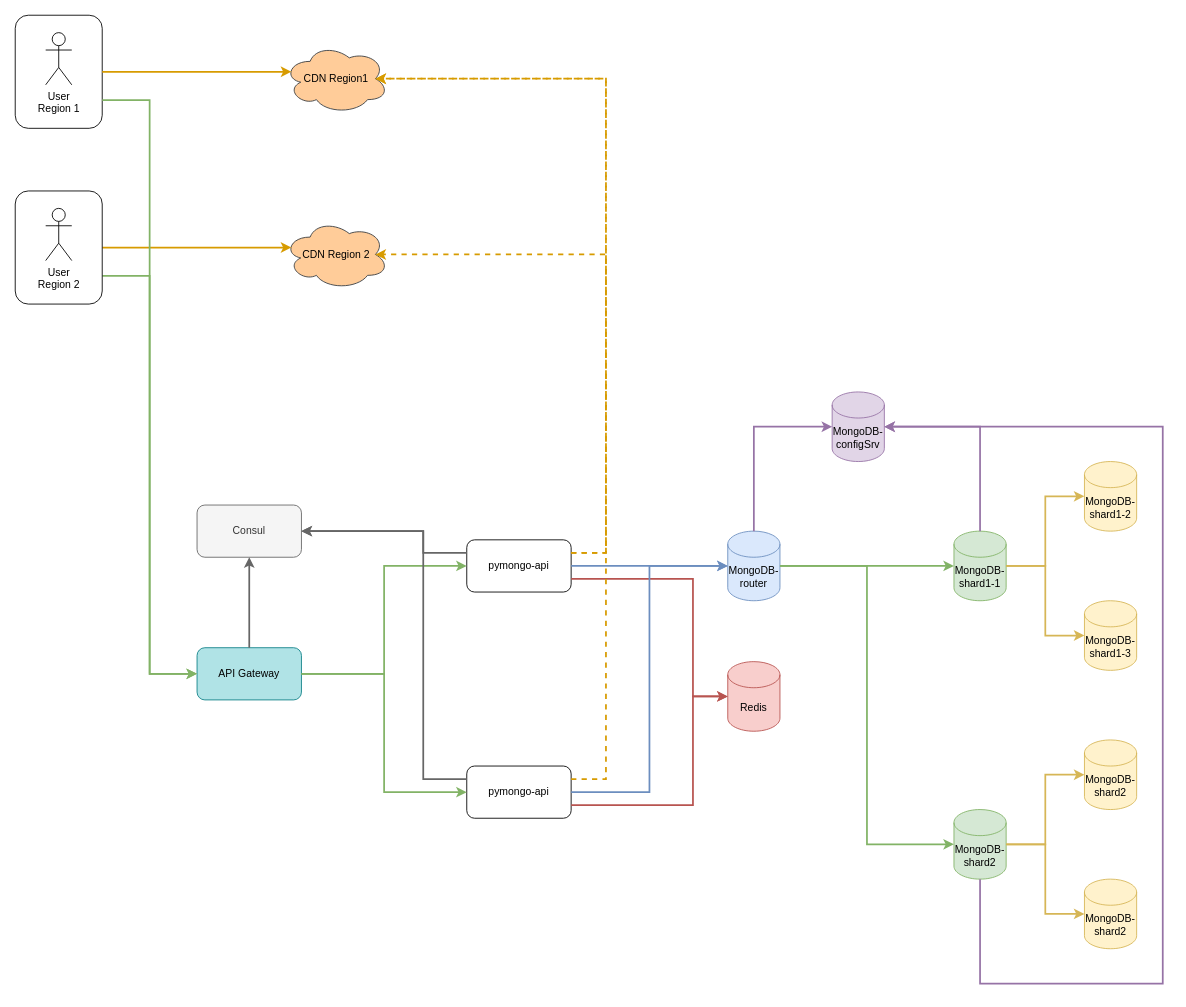
Earlier version of the draw.io diagram diagrams/task5.drawio (vgarmash/swa-21_architecture-pro-black_friday-sprint4). Source tidied: cells renumbered, new cells numbered last; positions are measured from the earlier drawing's top-left corner, leaving out a move shared by most shapes. Both pictures are drawn from the tidied source at 87%, with x=0, y=0 at pixel (15, 15).
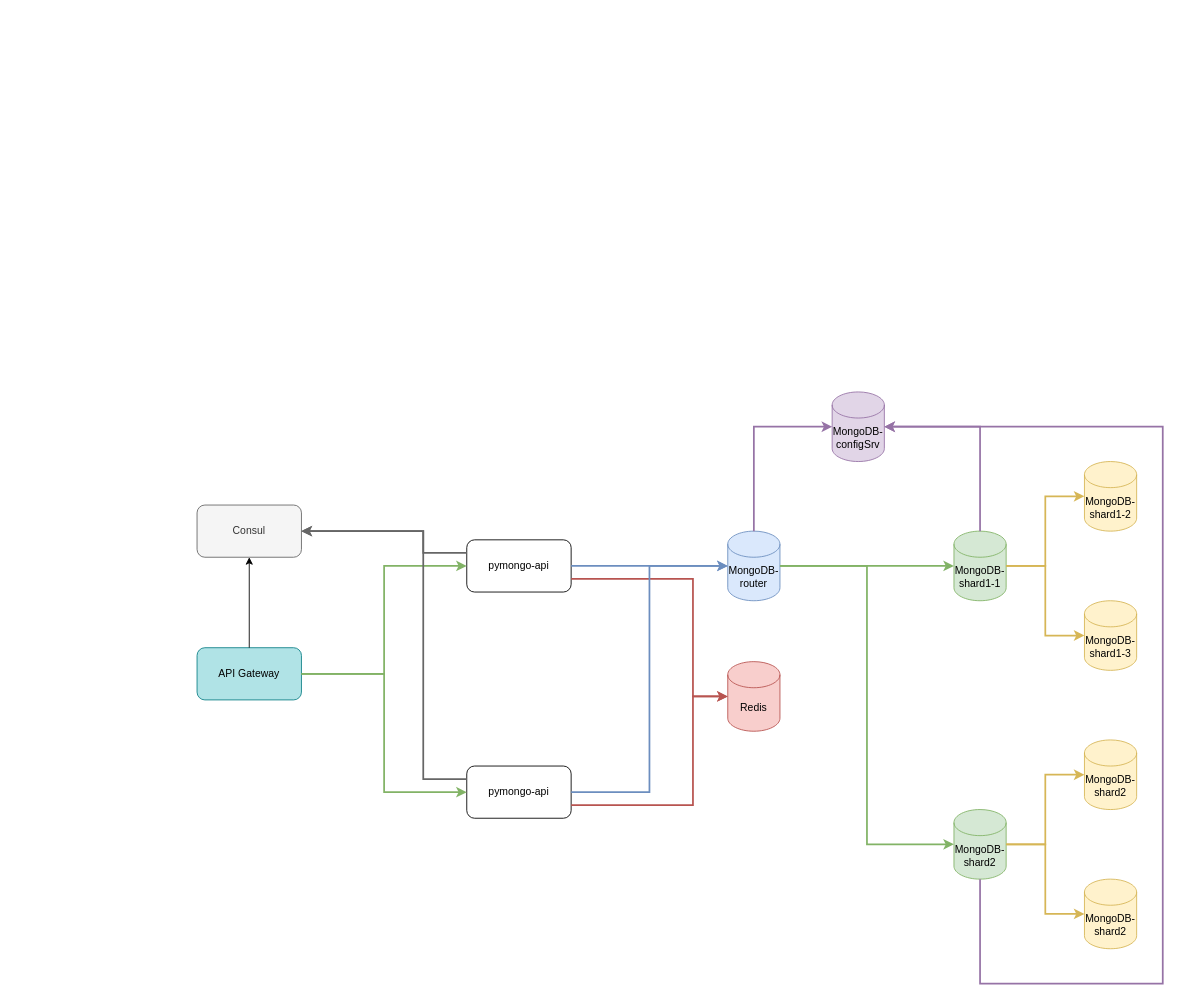
Above is the later version.

Unchanged cells that the change refers to:
```xml
<mxCell id="4" value="pymongo-api" style="rounded=1;whiteSpace=wrap;html=1;" parent="1" vertex="1">
  <mxGeometry x="519" y="603" width="120" height="60" as="geometry" />
</mxCell>
<mxCell id="24" value="API Gateway" style="rounded=1;whiteSpace=wrap;html=1;fillColor=#b0e3e6;strokeColor=#0e8088;" parent="1" vertex="1">
  <mxGeometry x="209" y="727" width="120" height="60" as="geometry" />
</mxCell>
<mxCell id="25" value="pymongo-api" style="rounded=1;whiteSpace=wrap;html=1;" parent="1" vertex="1">
  <mxGeometry x="519" y="863" width="120" height="60" as="geometry" />
</mxCell>
<mxCell id="27" value="Consul" style="rounded=1;whiteSpace=wrap;html=1;fillColor=#f5f5f5;fontColor=#333333;strokeColor=#666666;" parent="1" vertex="1">
  <mxGeometry x="209" y="563" width="120" height="60" as="geometry" />
</mxCell>
```

Change to the diagram source:
```diff
@@
-    <mxCell id="2" style="rounded=1;whiteSpace=wrap;html=1;" parent="1" vertex="1">
-      <mxGeometry width="100" height="130" as="geometry" />
-    </mxCell>
@@
-    <mxCell id="32" style="edgeStyle=orthogonalEdgeStyle;rounded=0;jettySize=auto;html=1;exitX=0.5;exitY=0;exitDx=0;exitDy=0;entryX=0.5;entryY=1;entryDx=0;entryDy=0;fillColor=#f5f5f5;strokeColor=#666666;strokeWidth=2;" parent="1" edge="1" source="24" target="27">
+    <mxCell id="32" style="edgeStyle=orthogonalEdgeStyle;rounded=0;jettySize=auto;html=1;exitX=0.5;exitY=0;exitDx=0;exitDy=0;entryX=0.5;entryY=1;entryDx=0;entryDy=0;" parent="1" edge="1" source="24" target="27">
       <mxGeometry relative="1" as="geometry" />
     </mxCell>
-    <mxCell id="33" value="CDN Region 2" style="ellipse;shape=cloud;whiteSpace=wrap;html=1;fillColor=#ffcc99;strokeColor=#36393d;" parent="1" vertex="1">
-      <mxGeometry x="309" y="235" width="120" height="80" as="geometry" />
-    </mxCell>
-    <mxCell id="34" value="CDN Region1" style="ellipse;shape=cloud;whiteSpace=wrap;html=1;fillColor=#ffcc99;strokeColor=#36393d;" parent="1" vertex="1">
-      <mxGeometry x="309" y="33" width="120" height="80" as="geometry" />
-    </mxCell>
-    <mxCell id="35" style="edgeStyle=orthogonalEdgeStyle;rounded=0;jettySize=auto;html=1;exitX=1;exitY=0.25;exitDx=0;exitDy=0;entryX=0.875;entryY=0.5;entryDx=0;entryDy=0;entryPerimeter=0;dashed=1;strokeWidth=2;fillColor=#ffe6cc;strokeColor=#d79b00;" parent="1" edge="1" source="4" target="33">
-      <mxGeometry relative="1" as="geometry">
-        <Array as="points">
-          <mxPoint x="679" y="618" />
-          <mxPoint x="679" y="275" />
-        </Array>
-      </mxGeometry>
-    </mxCell>
-    <mxCell id="36" style="edgeStyle=orthogonalEdgeStyle;rounded=0;jettySize=auto;html=1;exitX=1;exitY=0.25;exitDx=0;exitDy=0;entryX=0.875;entryY=0.5;entryDx=0;entryDy=0;entryPerimeter=0;dashed=1;strokeWidth=2;fillColor=#ffe6cc;strokeColor=#d79b00;" parent="1" edge="1" source="4" target="34">
-      <mxGeometry relative="1" as="geometry">
-        <Array as="points">
-          <mxPoint x="679" y="618" />
-          <mxPoint x="679" y="73" />
-        </Array>
-      </mxGeometry>
-    </mxCell>
@@
-    <mxCell id="38" style="edgeStyle=orthogonalEdgeStyle;rounded=0;jettySize=auto;html=1;exitX=1;exitY=0.25;exitDx=0;exitDy=0;entryX=0.875;entryY=0.5;entryDx=0;entryDy=0;entryPerimeter=0;dashed=1;strokeWidth=2;fillColor=#ffe6cc;strokeColor=#d79b00;" parent="1" edge="1" source="25" target="34">
-      <mxGeometry relative="1" as="geometry">
-        <Array as="points">
-          <mxPoint x="679" y="878" />
-          <mxPoint x="679" y="73" />
-        </Array>
-      </mxGeometry>
-    </mxCell>
-    <mxCell id="39" value="User&lt;br&gt;Region 1" style="shape=umlActor;verticalLabelPosition=bottom;verticalAlign=top;html=1;" parent="1" vertex="1">
-      <mxGeometry x="35" y="20" width="30" height="60" as="geometry" />
-    </mxCell>
-    <mxCell id="40" style="edgeStyle=orthogonalEdgeStyle;rounded=0;jettySize=auto;html=1;entryX=0;entryY=0.5;entryDx=0;entryDy=0;exitX=1;exitY=0.75;exitDx=0;exitDy=0;fillColor=#d5e8d4;strokeColor=#82b366;strokeWidth=2;" parent="1" edge="1" source="42" target="24">
-      <mxGeometry relative="1" as="geometry" />
-    </mxCell>
-    <mxCell id="41" style="edgeStyle=orthogonalEdgeStyle;rounded=0;jettySize=auto;html=1;entryX=0.07;entryY=0.4;entryDx=0;entryDy=0;entryPerimeter=0;exitX=1;exitY=0.5;exitDx=0;exitDy=0;strokeWidth=2;fillColor=#ffe6cc;strokeColor=#d79b00;" parent="1" edge="1" source="42" target="33">
-      <mxGeometry relative="1" as="geometry" />
-    </mxCell>
-    <mxCell id="42" style="rounded=1;whiteSpace=wrap;html=1;" parent="1" vertex="1">
-      <mxGeometry y="202" width="100" height="130" as="geometry" />
-    </mxCell>
-    <mxCell id="43" value="User&lt;br&gt;Region 2" style="shape=umlActor;verticalLabelPosition=bottom;verticalAlign=top;html=1;" parent="1" vertex="1">
-      <mxGeometry x="35" y="222" width="30" height="60" as="geometry" />
-    </mxCell>
-    <mxCell id="44" style="edgeStyle=none;html=1;entryX=0.07;entryY=0.4;entryDx=0;entryDy=0;entryPerimeter=0;exitX=1;exitY=0.5;exitDx=0;exitDy=0;strokeWidth=2;fillColor=#ffe6cc;strokeColor=#d79b00;" parent="1" edge="1" source="2" target="34">
-      <mxGeometry relative="1" as="geometry" />
-    </mxCell>
-    <mxCell id="45" style="edgeStyle=orthogonalEdgeStyle;rounded=0;jettySize=auto;html=1;entryX=0;entryY=0.5;entryDx=0;entryDy=0;exitX=1;exitY=0.75;exitDx=0;exitDy=0;fillColor=#d5e8d4;strokeColor=#82b366;strokeWidth=2;" parent="1" edge="1" source="2" target="24">
-      <mxGeometry relative="1" as="geometry" />
-    </mxCell>
```
